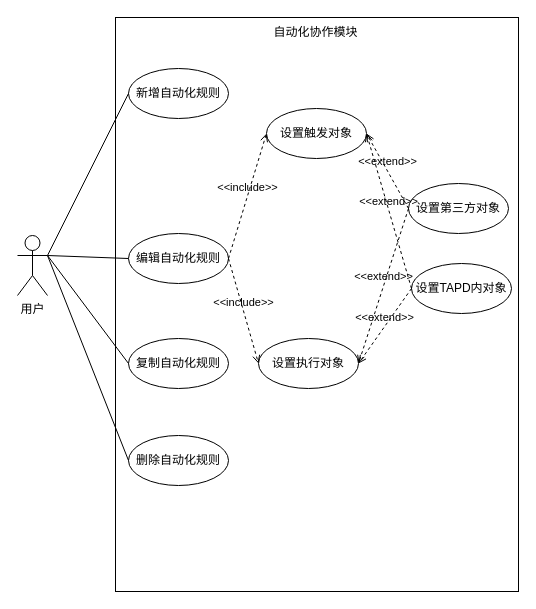
Earlier version of the draw.io diagram 自动化协作模块用例图.drawio (qf2020/drawio). Source tidied: cells renumbered, new cells numbered last; positions are measured from the earlier drawing's top-left corner, leaving out a move shared by most shapes. Both pictures are drawn from the tidied source at 100%, with x=0, y=0 at pixel (17, 17).
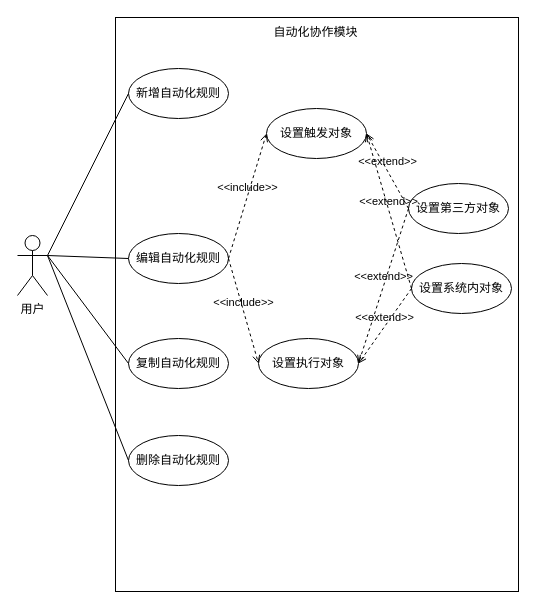
Above is the later version.

Commit message:
更新自动化协作模块用例图.drawio

Diff of the diagram source:
```diff
@@
-    <mxCell id="18" value="设置TAPD内对象" style="ellipse;whiteSpace=wrap;html=1;" parent="1" vertex="1">
+    <mxCell id="18" value="设置系统内对象" style="ellipse;whiteSpace=wrap;html=1;" parent="1" vertex="1">
       <mxGeometry x="394" y="246" width="100" height="50" as="geometry" />
     </mxCell>
```
